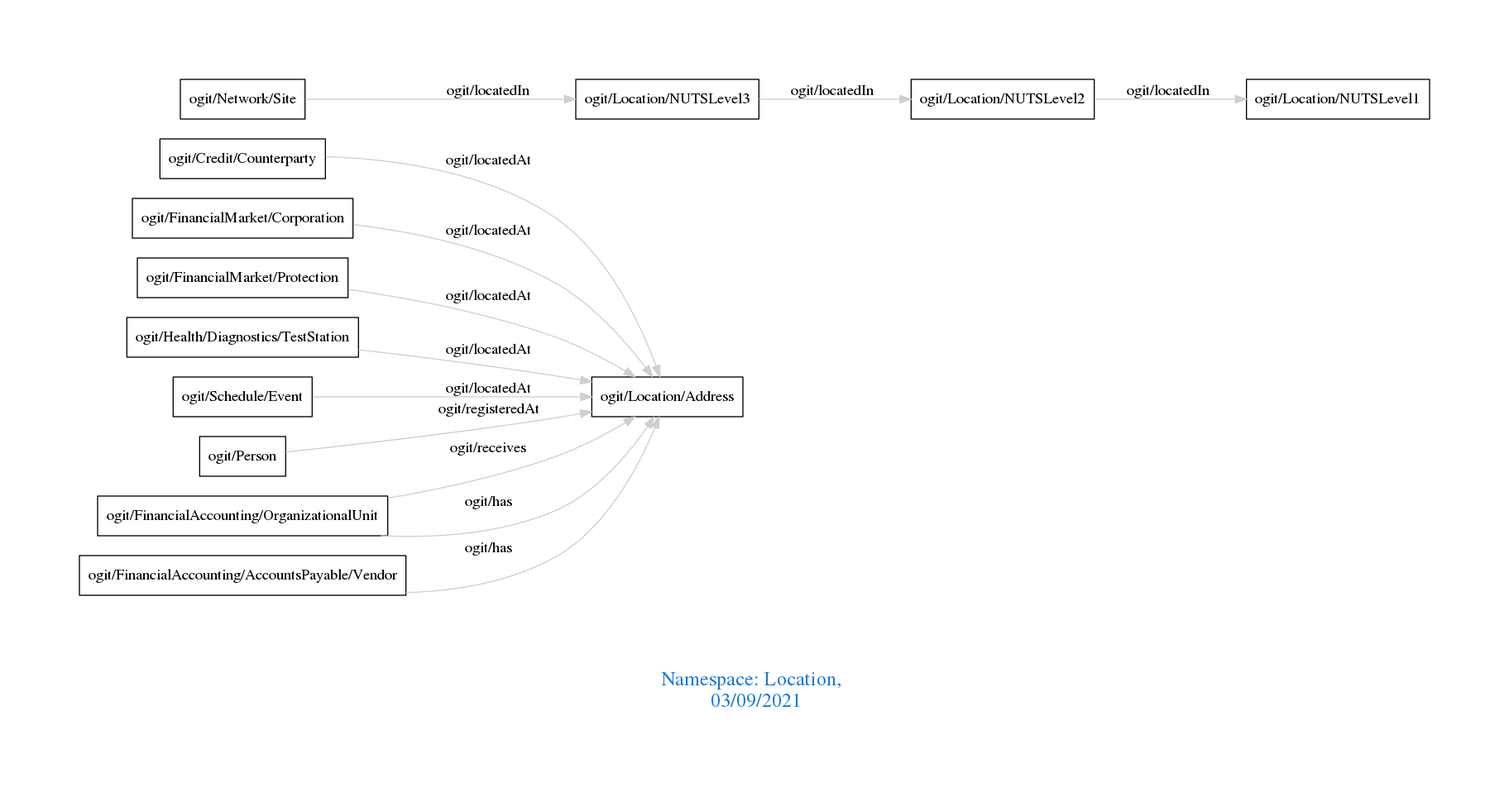
Earlier version of the Graphviz export downloads/Location.png (arago/OGIT). Its source is kept beside it as downloads/Location.dot.
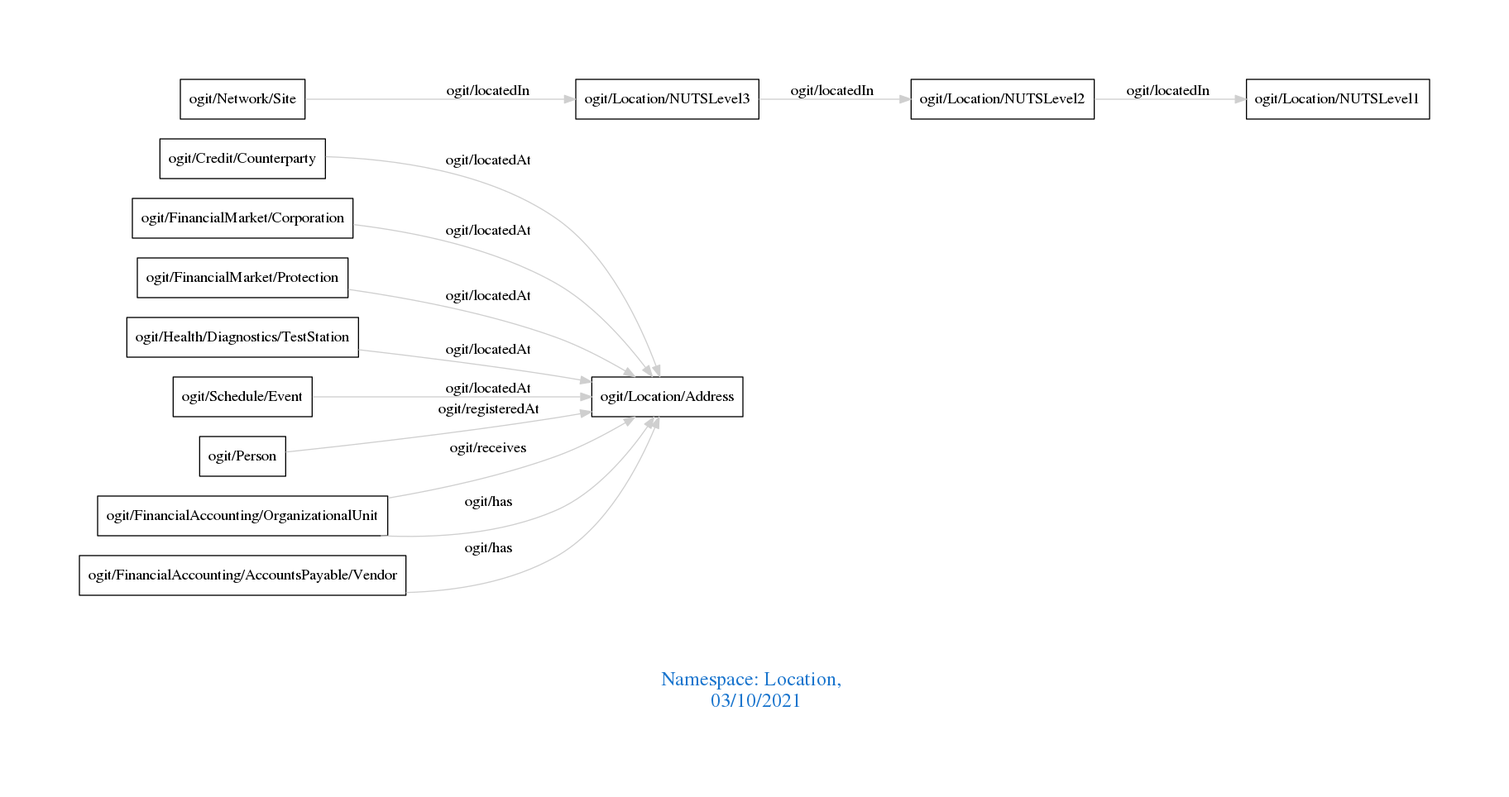
Above is the later version.

Diff of the diagram source:
```diff
@@ -1,7 +1,7 @@
 digraph OGIT_ontology {
  graph [ rankdir= LR,pad=1
 fontsize = 18,
-fontcolor= dodgerblue3,label = "\n\n\nNamespace: Location, \n 03/09/2021"];
+fontcolor= dodgerblue3,label = "\n\n\nNamespace: Location, \n 03/10/2021"];
 node[shape=polygon];
 edge [  color="gray81"];
 
```
